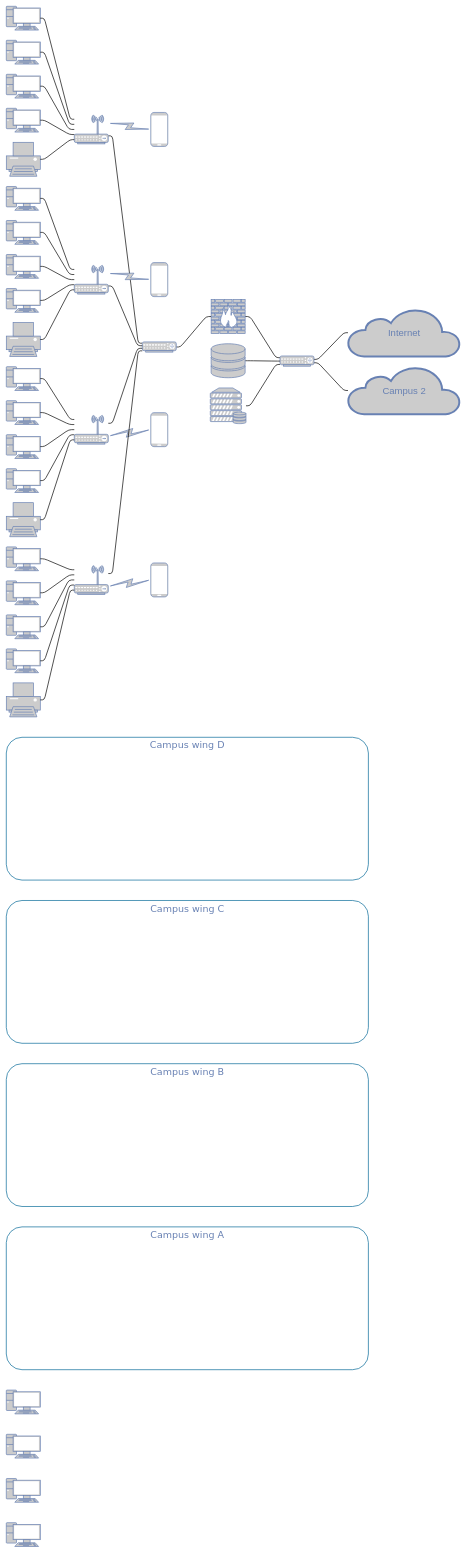
This is 未命名绘图.drawio from NextFi/T12-Docs, a draw.io file, before an edit. Source tidied: cells renumbered, new cells numbered last; positions are measured from the earlier drawing's top-left corner, leaving out a move shared by most shapes. Both pictures are drawn from the tidied source at 34%, with x=0, y=0 at pixel (6, 6).
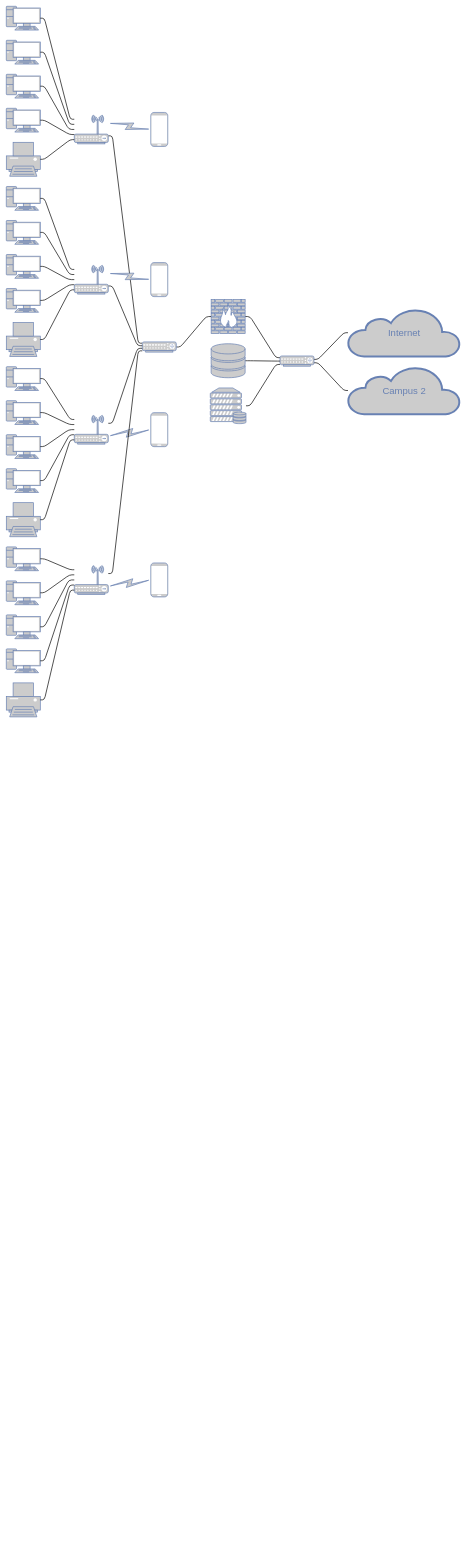
Above is the later version.

Commit message (it also covers changes not shown here):
更新未命名绘图.drawio

What changed in the source:
```diff
@@
-    <mxCell id="2" value="Campus wing D" style="rounded=1;whiteSpace=wrap;html=1;shadow=0;comic=0;strokeColor=#036897;strokeWidth=2;fillColor=none;fontFamily=Verdana;fontSize=28;fontColor=#6881B3;align=center;arcSize=11;verticalAlign=top;" parent="1" vertex="1">
-      <mxGeometry y="2150" width="1065" height="420" as="geometry" />
-    </mxCell>
-    <mxCell id="3" value="Campus wing C" style="rounded=1;whiteSpace=wrap;html=1;shadow=0;comic=0;strokeColor=#036897;strokeWidth=2;fillColor=none;fontFamily=Verdana;fontSize=28;fontColor=#6881B3;align=center;arcSize=11;verticalAlign=top;" parent="1" vertex="1">
-      <mxGeometry y="2630" width="1065" height="420" as="geometry" />
-    </mxCell>
-    <mxCell id="4" value="Campus wing B" style="rounded=1;whiteSpace=wrap;html=1;shadow=0;comic=0;strokeColor=#036897;strokeWidth=2;fillColor=none;fontFamily=Verdana;fontSize=28;fontColor=#6881B3;align=center;arcSize=11;verticalAlign=top;" parent="1" vertex="1">
-      <mxGeometry y="3110" width="1065" height="420" as="geometry" />
-    </mxCell>
-    <mxCell id="5" value="Campus wing A" style="rounded=1;whiteSpace=wrap;html=1;shadow=0;comic=0;strokeColor=#036897;strokeWidth=2;fillColor=none;fontFamily=Verdana;fontSize=28;fontColor=#6881B3;align=center;arcSize=11;verticalAlign=top;" parent="1" vertex="1">
-      <mxGeometry y="3590" width="1065" height="420" as="geometry" />
-    </mxCell>
@@
-    <mxCell id="12" style="fontColor=#0066CC;verticalAlign=top;verticalLabelPosition=bottom;labelPosition=center;align=center;html=1;fillColor=#CCCCCC;strokeColor=#6881B3;gradientColor=none;gradientDirection=north;strokeWidth=2;shape=mxgraph.networks.pc;rounded=0;shadow=0;comic=0;" parent="1" vertex="1">
-      <mxGeometry y="4070" width="100" height="70" as="geometry" />
-    </mxCell>
@@
-    <mxCell id="26" style="fontColor=#0066CC;verticalAlign=top;verticalLabelPosition=bottom;labelPosition=center;align=center;html=1;fillColor=#CCCCCC;strokeColor=#6881B3;gradientColor=none;gradientDirection=north;strokeWidth=2;shape=mxgraph.networks.pc;rounded=0;shadow=0;comic=0;" parent="1" vertex="1">
-      <mxGeometry y="4200" width="100" height="70" as="geometry" />
-    </mxCell>
@@
-    <mxCell id="41" style="fontColor=#0066CC;verticalAlign=top;verticalLabelPosition=bottom;labelPosition=center;align=center;html=1;fillColor=#CCCCCC;strokeColor=#6881B3;gradientColor=none;gradientDirection=north;strokeWidth=2;shape=mxgraph.networks.pc;rounded=0;shadow=0;comic=0;" parent="1" vertex="1">
-      <mxGeometry y="4330" width="100" height="70" as="geometry" />
-    </mxCell>
@@
-    <mxCell id="64" style="fontColor=#0066CC;verticalAlign=top;verticalLabelPosition=bottom;labelPosition=center;align=center;html=1;fillColor=#CCCCCC;strokeColor=#6881B3;gradientColor=none;gradientDirection=north;strokeWidth=2;shape=mxgraph.networks.pc;rounded=0;shadow=0;comic=0;" parent="1" vertex="1">
-      <mxGeometry y="4460" width="100" height="70" as="geometry" />
-    </mxCell>
```
